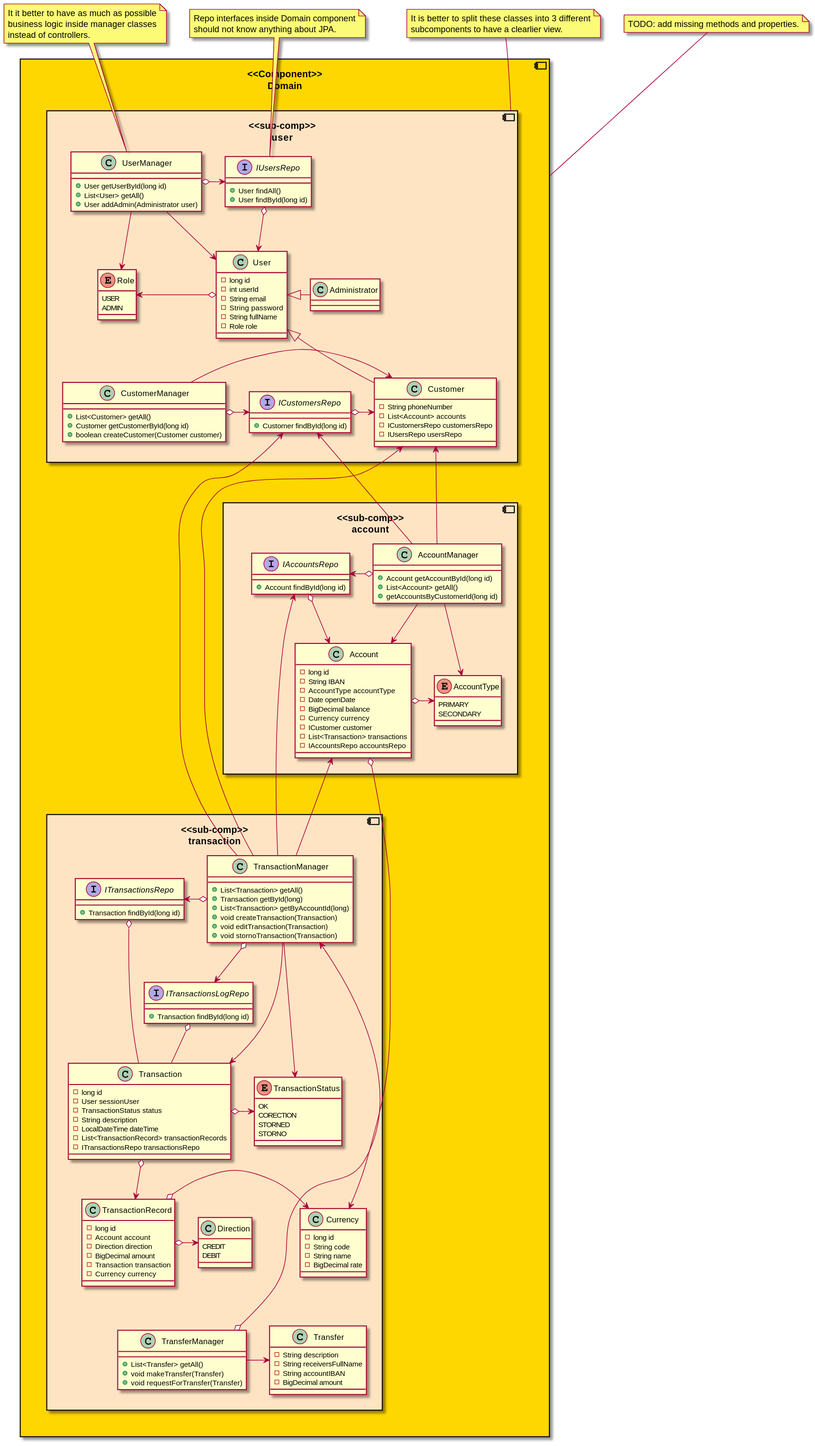
The PlantUML diagram class/ClassDomain.svg in opendemobank/diagrams, before a commit.
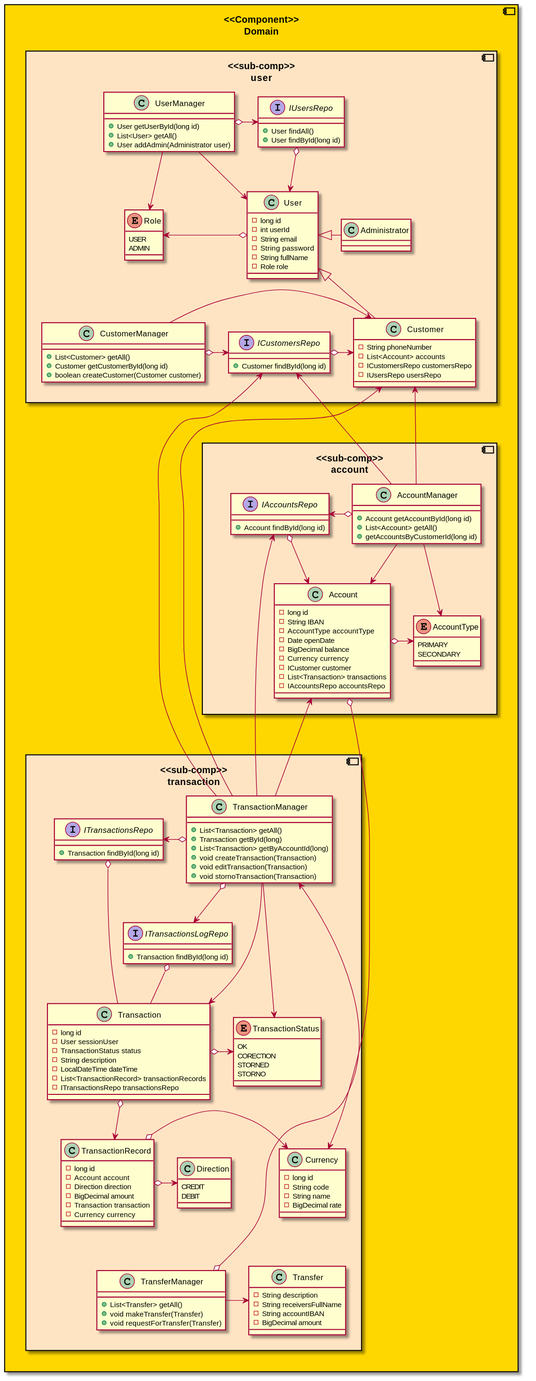
After the commit.

The edit, as a diff of the source:
```diff
@@ -215,29 +215,9 @@
 user -----[hidden]> account
 account ----[hidden]> transaction
 
-note as note1
-    TODO: add missing methods and properties.
-end note
 
-note as note2
-    It is better to split these classes into 3 different
-    subcomponents to have a clearlier view.
-end note
 
-note as note3
-    Repo interfaces inside Domain component
-    should not know anything about JPA.
-end note
 
-note as note4
-    It it better to have as much as possible
-    business logic inside manager classes
-    instead of controllers.
-end note
 
-domain -up- note1
-user -up- note2
-IUsersRepo -up- note3
-UserManager -up- note4
 
 @enduml
```
